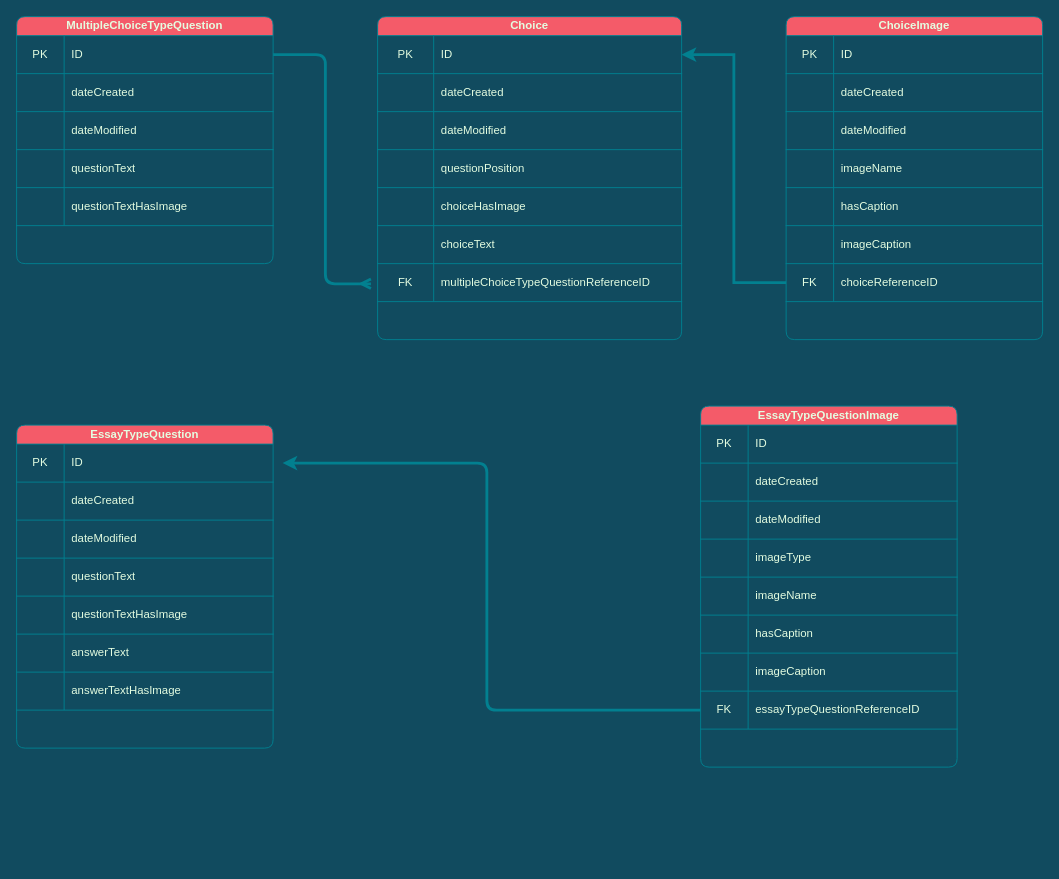
Above: database_model.drawio in ZRELOLERZ/guyquiz_dashboard (draw.io), before the change. Source tidied: cells renumbered, new cells numbered last; positions are measured from the earlier drawing's top-left corner, leaving out a move shared by most shapes. Both pictures are drawn from the tidied source at 95%, with x=0, y=0 at pixel (16, 16).
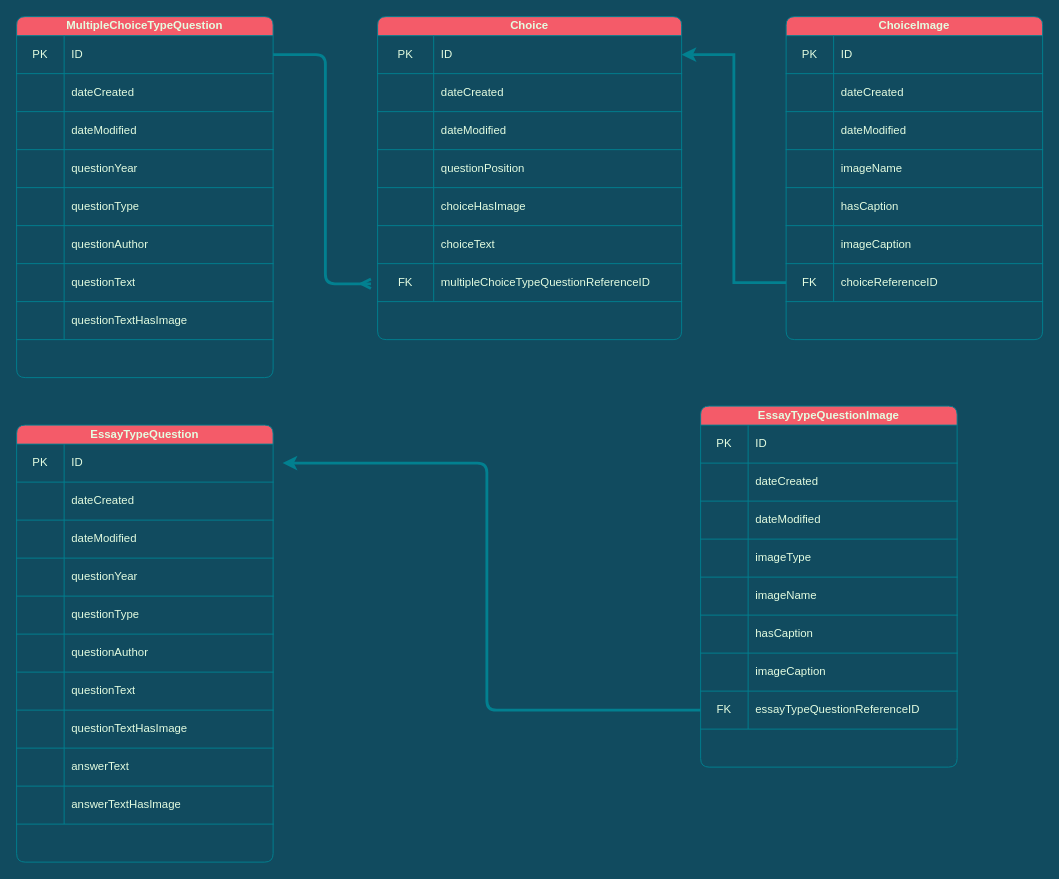
Above is the later version.

The edit, as a diff of the source:
```diff
@@
     <mxCell id="2" value="EssayTypeQuestion" style="shape=table;html=1;whiteSpace=wrap;startSize=20;childLayout=tableLayout;rowLines=0;fontStyle=1;align=center;fillColor=#F45B69;strokeColor=#028090;fontColor=#E4FDE1;rounded=1;" parent="1" vertex="1">
-      <mxGeometry y="430" width="270" height="340" as="geometry" />
+      <mxGeometry y="430" width="270" height="460" as="geometry" />
     </mxCell>
@@
+    <mxCell id="112" style="shape=partialRectangle;html=1;whiteSpace=wrap;fillColor=none;top=0;left=0;bottom=1;right=0;strokeColor=#028090;fontColor=#E4FDE1;rounded=1;" parent="2" vertex="1">
+      <mxGeometry y="140" width="270" height="40" as="geometry" />
+    </mxCell>
+    <mxCell id="113" style="shape=partialRectangle;html=1;whiteSpace=wrap;fillColor=none;top=0;left=0;bottom=0;right=0;overflow=hidden;strokeColor=#028090;fontColor=#E4FDE1;rounded=1;" parent="112" vertex="1">
+      <mxGeometry width="50" height="40" as="geometry" />
+    </mxCell>
+    <mxCell id="114" value="questionYear" style="shape=partialRectangle;html=1;whiteSpace=wrap;fillColor=none;top=0;left=0;bottom=0;right=0;align=left;spacingLeft=6;overflow=hidden;strokeColor=#028090;fontColor=#E4FDE1;rounded=1;" parent="112" vertex="1">
+      <mxGeometry x="50" width="220" height="40" as="geometry" />
+    </mxCell>
+    <mxCell id="115" style="shape=partialRectangle;html=1;whiteSpace=wrap;fillColor=none;top=0;left=0;bottom=1;right=0;strokeColor=#028090;fontColor=#E4FDE1;rounded=1;" parent="2" vertex="1">
+      <mxGeometry y="180" width="270" height="40" as="geometry" />
+    </mxCell>
+    <mxCell id="116" style="shape=partialRectangle;html=1;whiteSpace=wrap;fillColor=none;top=0;left=0;bottom=0;right=0;overflow=hidden;strokeColor=#028090;fontColor=#E4FDE1;rounded=1;" parent="115" vertex="1">
+      <mxGeometry width="50" height="40" as="geometry" />
+    </mxCell>
+    <mxCell id="117" value="questionType" style="shape=partialRectangle;html=1;whiteSpace=wrap;fillColor=none;top=0;left=0;bottom=0;right=0;align=left;spacingLeft=6;overflow=hidden;strokeColor=#028090;fontColor=#E4FDE1;rounded=1;" parent="115" vertex="1">
+      <mxGeometry x="50" width="220" height="40" as="geometry" />
+    </mxCell>
+    <mxCell id="118" style="shape=partialRectangle;html=1;whiteSpace=wrap;fillColor=none;top=0;left=0;bottom=1;right=0;strokeColor=#028090;fontColor=#E4FDE1;rounded=1;" parent="2" vertex="1">
+      <mxGeometry y="220" width="270" height="40" as="geometry" />
+    </mxCell>
+    <mxCell id="119" style="shape=partialRectangle;html=1;whiteSpace=wrap;fillColor=none;top=0;left=0;bottom=0;right=0;overflow=hidden;strokeColor=#028090;fontColor=#E4FDE1;rounded=1;" parent="118" vertex="1">
+      <mxGeometry width="50" height="40" as="geometry" />
+    </mxCell>
+    <mxCell id="120" value="questionAuthor" style="shape=partialRectangle;html=1;whiteSpace=wrap;fillColor=none;top=0;left=0;bottom=0;right=0;align=left;spacingLeft=6;overflow=hidden;strokeColor=#028090;fontColor=#E4FDE1;rounded=1;" parent="118" vertex="1">
+      <mxGeometry x="50" width="220" height="40" as="geometry" />
+    </mxCell>
     <mxCell id="12" style="shape=partialRectangle;html=1;whiteSpace=wrap;fillColor=none;top=0;left=0;bottom=1;right=0;strokeColor=#028090;fontColor=#E4FDE1;rounded=1;" parent="2" vertex="1">
-      <mxGeometry y="140" width="270" height="40" as="geometry" />
+      <mxGeometry y="260" width="270" height="40" as="geometry" />
     </mxCell>
@@
     <mxCell id="15" style="shape=partialRectangle;html=1;whiteSpace=wrap;fillColor=none;top=0;left=0;bottom=1;right=0;strokeColor=#028090;fontColor=#E4FDE1;rounded=1;" parent="2" vertex="1">
-      <mxGeometry y="180" width="270" height="40" as="geometry" />
+      <mxGeometry y="300" width="270" height="40" as="geometry" />
     </mxCell>
@@
     <mxCell id="18" style="shape=partialRectangle;html=1;whiteSpace=wrap;fillColor=none;top=0;left=0;bottom=1;right=0;strokeColor=#028090;fontColor=#E4FDE1;rounded=1;" parent="2" vertex="1">
-      <mxGeometry y="220" width="270" height="40" as="geometry" />
+      <mxGeometry y="340" width="270" height="40" as="geometry" />
     </mxCell>
@@
     <mxCell id="21" style="shape=partialRectangle;html=1;whiteSpace=wrap;fillColor=none;top=0;left=0;bottom=1;right=0;strokeColor=#028090;fontColor=#E4FDE1;rounded=1;" parent="2" vertex="1">
-      <mxGeometry y="260" width="270" height="40" as="geometry" />
+      <mxGeometry y="380" width="270" height="40" as="geometry" />
     </mxCell>
@@
     <mxCell id="24" value="MultipleChoiceTypeQuestion" style="shape=table;html=1;whiteSpace=wrap;startSize=20;childLayout=tableLayout;rowLines=0;fontStyle=1;align=center;fillColor=#F45B69;strokeColor=#028090;fontColor=#E4FDE1;rounded=1;" parent="1" vertex="1">
-      <mxGeometry width="270" height="260" as="geometry" />
+      <mxGeometry width="270" height="380" as="geometry" />
     </mxCell>
@@
+    <mxCell id="121" style="shape=partialRectangle;html=1;whiteSpace=wrap;fillColor=none;top=0;left=0;bottom=1;right=0;strokeColor=#028090;fontColor=#E4FDE1;rounded=1;" parent="24" vertex="1">
+      <mxGeometry y="140" width="270" height="40" as="geometry" />
+    </mxCell>
+    <mxCell id="122" style="shape=partialRectangle;html=1;whiteSpace=wrap;fillColor=none;top=0;left=0;bottom=0;right=0;overflow=hidden;strokeColor=#028090;fontColor=#E4FDE1;rounded=1;" parent="121" vertex="1">
+      <mxGeometry width="50" height="40" as="geometry" />
+    </mxCell>
+    <mxCell id="123" value="questionYear" style="shape=partialRectangle;html=1;whiteSpace=wrap;fillColor=none;top=0;left=0;bottom=0;right=0;align=left;spacingLeft=6;overflow=hidden;strokeColor=#028090;fontColor=#E4FDE1;rounded=1;" parent="121" vertex="1">
+      <mxGeometry x="50" width="220" height="40" as="geometry" />
+    </mxCell>
+    <mxCell id="124" style="shape=partialRectangle;html=1;whiteSpace=wrap;fillColor=none;top=0;left=0;bottom=1;right=0;strokeColor=#028090;fontColor=#E4FDE1;rounded=1;" parent="24" vertex="1">
+      <mxGeometry y="180" width="270" height="40" as="geometry" />
+    </mxCell>
+    <mxCell id="125" style="shape=partialRectangle;html=1;whiteSpace=wrap;fillColor=none;top=0;left=0;bottom=0;right=0;overflow=hidden;strokeColor=#028090;fontColor=#E4FDE1;rounded=1;" parent="124" vertex="1">
+      <mxGeometry width="50" height="40" as="geometry" />
+    </mxCell>
+    <mxCell id="126" value="questionType" style="shape=partialRectangle;html=1;whiteSpace=wrap;fillColor=none;top=0;left=0;bottom=0;right=0;align=left;spacingLeft=6;overflow=hidden;strokeColor=#028090;fontColor=#E4FDE1;rounded=1;" parent="124" vertex="1">
+      <mxGeometry x="50" width="220" height="40" as="geometry" />
+    </mxCell>
+    <mxCell id="127" style="shape=partialRectangle;html=1;whiteSpace=wrap;fillColor=none;top=0;left=0;bottom=1;right=0;strokeColor=#028090;fontColor=#E4FDE1;rounded=1;" parent="24" vertex="1">
+      <mxGeometry y="220" width="270" height="40" as="geometry" />
+    </mxCell>
+    <mxCell id="128" style="shape=partialRectangle;html=1;whiteSpace=wrap;fillColor=none;top=0;left=0;bottom=0;right=0;overflow=hidden;strokeColor=#028090;fontColor=#E4FDE1;rounded=1;" parent="127" vertex="1">
+      <mxGeometry width="50" height="40" as="geometry" />
+    </mxCell>
+    <mxCell id="129" value="questionAuthor" style="shape=partialRectangle;html=1;whiteSpace=wrap;fillColor=none;top=0;left=0;bottom=0;right=0;align=left;spacingLeft=6;overflow=hidden;strokeColor=#028090;fontColor=#E4FDE1;rounded=1;" parent="127" vertex="1">
+      <mxGeometry x="50" width="220" height="40" as="geometry" />
+    </mxCell>
     <mxCell id="34" style="shape=partialRectangle;html=1;whiteSpace=wrap;fillColor=none;top=0;left=0;bottom=1;right=0;strokeColor=#028090;fontColor=#E4FDE1;rounded=1;" parent="24" vertex="1">
-      <mxGeometry y="140" width="270" height="40" as="geometry" />
+      <mxGeometry y="260" width="270" height="40" as="geometry" />
     </mxCell>
@@
     <mxCell id="37" style="shape=partialRectangle;html=1;whiteSpace=wrap;fillColor=none;top=0;left=0;bottom=1;right=0;strokeColor=#028090;fontColor=#E4FDE1;rounded=1;" parent="24" vertex="1">
-      <mxGeometry y="180" width="270" height="40" as="geometry" />
+      <mxGeometry y="300" width="270" height="40" as="geometry" />
     </mxCell>
```
